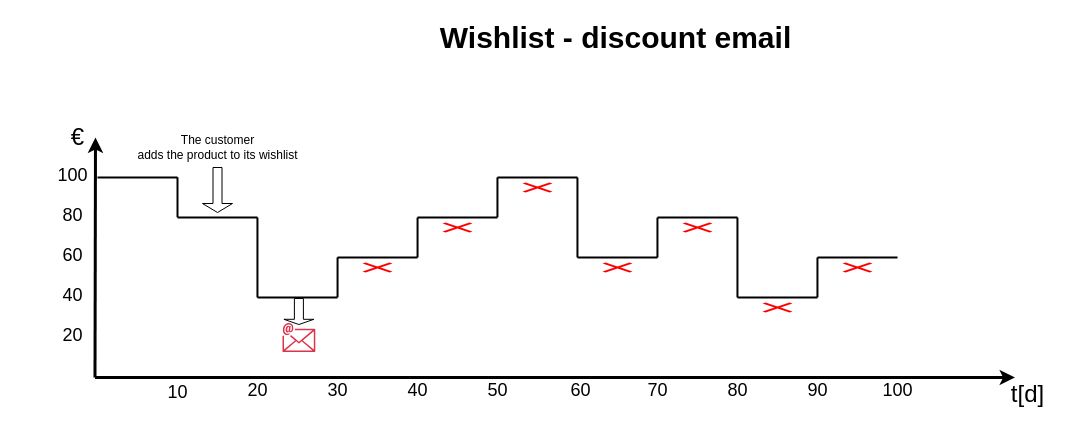
d-figuccia/draw-io keeps this draw.io diagram as graphs/wishlist-discount-email.drawio. Above is the earlier version. Source tidied: cells renumbered, new cells numbered last; positions are measured from the earlier drawing's top-left corner, leaving out a move shared by most shapes. Both pictures are drawn from the tidied source at 100%, with x=0, y=0 at pixel (57, 17).
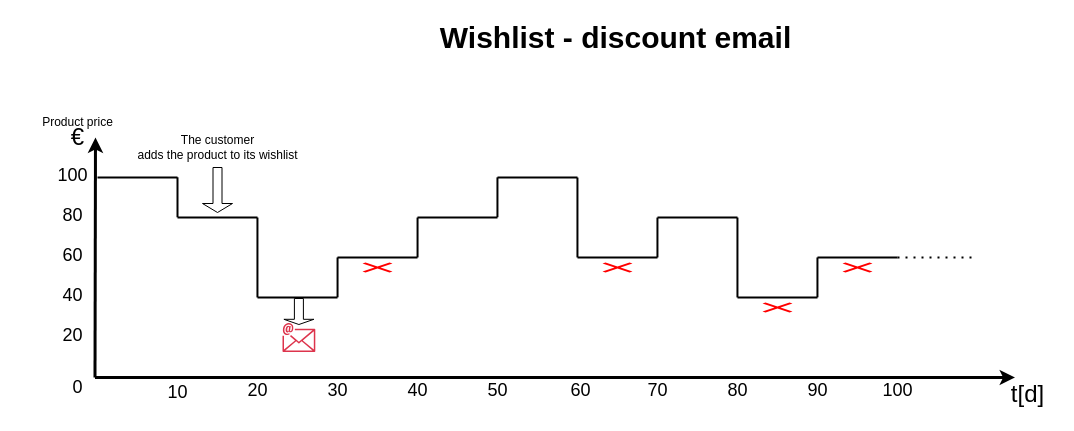
After the change.

Diff of the diagram source:
```diff
@@
-    <mxCell id="49" style="shape=mxgraph.mockup.markup.redX;fillColor=#ff0000;html=1;shadow=0;whiteSpace=wrap;strokeColor=none;" parent="1" vertex="1">
-      <mxGeometry x="625" y="205" width="30" height="10" as="geometry" />
-    </mxCell>
-    <mxCell id="50" style="shape=mxgraph.mockup.markup.redX;fillColor=#ff0000;html=1;shadow=0;whiteSpace=wrap;strokeColor=none;" parent="1" vertex="1">
-      <mxGeometry x="385" y="205" width="30" height="10" as="geometry" />
-    </mxCell>
-    <mxCell id="51" style="shape=mxgraph.mockup.markup.redX;fillColor=#ff0000;html=1;shadow=0;whiteSpace=wrap;strokeColor=none;" parent="1" vertex="1">
-      <mxGeometry x="465" y="165" width="30" height="10" as="geometry" />
-    </mxCell>
+    <mxCell id="52" value="Product price" style="text;html=1;align=center;verticalAlign=middle;strokeColor=none;fillColor=none;" parent="1" vertex="1">
+      <mxGeometry x="-25" y="90" width="90" height="30" as="geometry" />
+    </mxCell>
+    <mxCell id="53" style="endArrow=none;dashed=1;html=1;dashPattern=1 3;strokeWidth=2;rounded=0;" parent="1" edge="1">
+      <mxGeometry relative="1" as="geometry">
+        <mxPoint x="840" y="240" as="sourcePoint" />
+        <mxPoint x="920" y="240" as="targetPoint" />
+      </mxGeometry>
+    </mxCell>
+    <mxCell id="54" value="0" style="text;spacingTop=-5;align=center;verticalAlign=middle;fontStyle=0;html=1;fontSize=18;strokeColor=none;" parent="1" vertex="1">
+      <mxGeometry x="-40" y="357" width="120" height="30" as="geometry" />
+    </mxCell>
```
